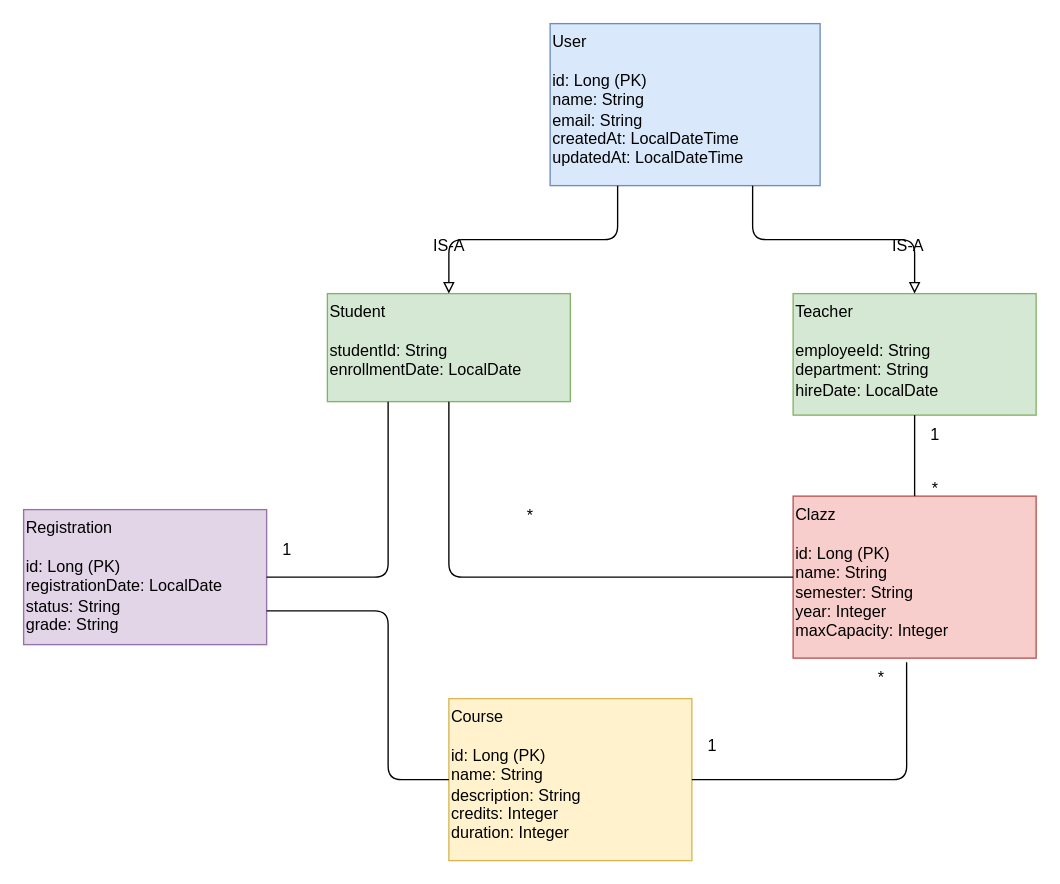
Before: .kiro/specs/online-school-backend/entity-relationship-diagram.drawio in Hussam-alwan/SchoolOnline, a draw.io diagram. Source tidied: cells renumbered, new cells numbered last; positions are measured from the earlier drawing's top-left corner, leaving out a move shared by most shapes. Both pictures are drawn from the tidied source at 135%, with x=0, y=0 at pixel (23, 23).
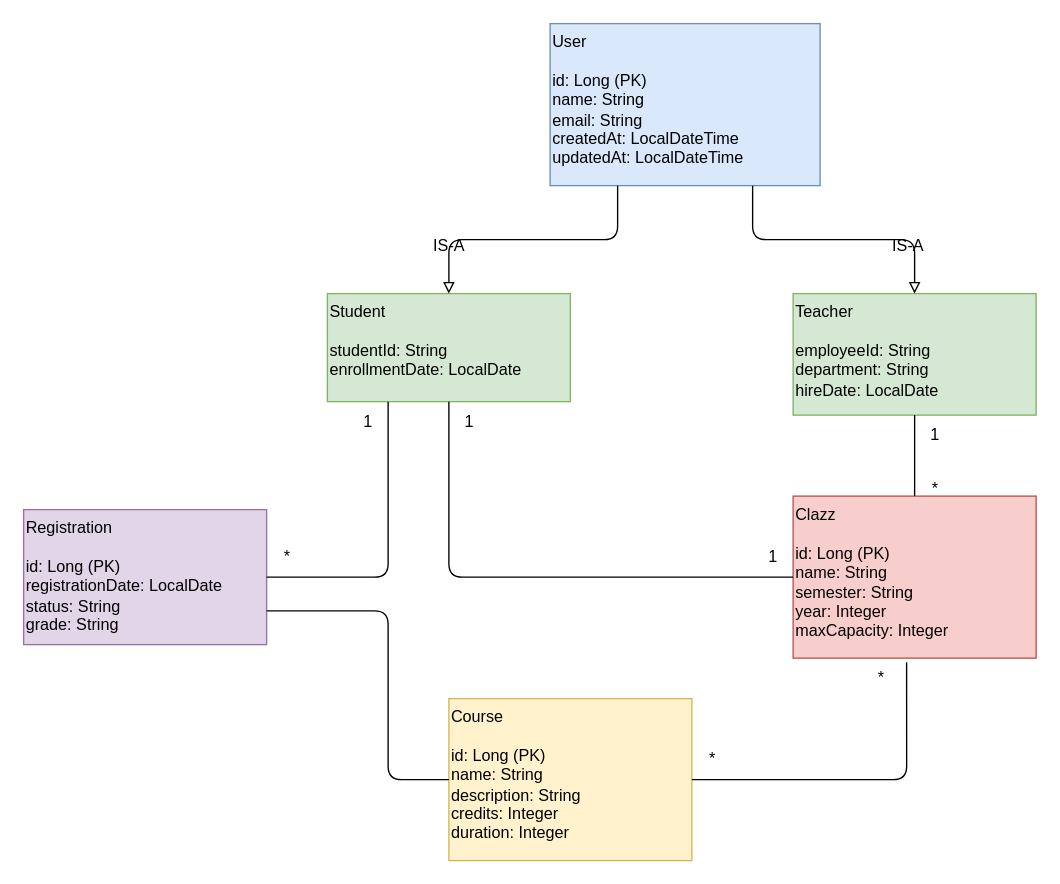
The same diagram, later.

Change to the diagram source:
```diff
@@
     <mxCell id="13" value="1" style="text;html=1;align=center;verticalAlign=middle;strokeColor=none;fillColor=none;" parent="1" vertex="1">
-      <mxGeometry x="180" y="375" width="30" height="30" as="geometry" />
+      <mxGeometry x="240" y="280" width="30" height="30" as="geometry" />
     </mxCell>
     <mxCell id="14" value="*" style="text;html=1;align=center;verticalAlign=middle;strokeColor=none;fillColor=none;" parent="1" vertex="1">
-      <mxGeometry x="620" y="470" width="30" height="30" as="geometry" />
+      <mxGeometry x="495" y="530" width="30" height="30" as="geometry" />
     </mxCell>
@@
-    <mxCell id="16" value="1" style="text;html=1;align=center;verticalAlign=middle;strokeColor=none;fillColor=none;" parent="1" vertex="1">
-      <mxGeometry x="495" y="520" width="30" height="30" as="geometry" />
-    </mxCell>
@@
     <mxCell id="20" value="*" style="text;html=1;align=center;verticalAlign=middle;strokeColor=none;fillColor=none;" parent="1" vertex="1">
-      <mxGeometry x="360" y="350" width="30" height="30" as="geometry" />
+      <mxGeometry x="180" y="380" width="30" height="30" as="geometry" />
     </mxCell>
@@
+    <mxCell id="23" value="1" style="text;html=1;align=center;verticalAlign=middle;strokeColor=none;fillColor=none;" parent="1" vertex="1">
+      <mxGeometry x="315" y="280" width="30" height="30" as="geometry" />
+    </mxCell>
+    <mxCell id="24" value="1" style="text;html=1;align=center;verticalAlign=middle;strokeColor=none;fillColor=none;" parent="1" vertex="1">
+      <mxGeometry x="540" y="380" width="30" height="30" as="geometry" />
+    </mxCell>
+    <mxCell id="25" value="*" style="text;html=1;align=center;verticalAlign=middle;strokeColor=none;fillColor=none;" parent="1" vertex="1">
+      <mxGeometry x="620" y="470" width="30" height="30" as="geometry" />
+    </mxCell>
```
